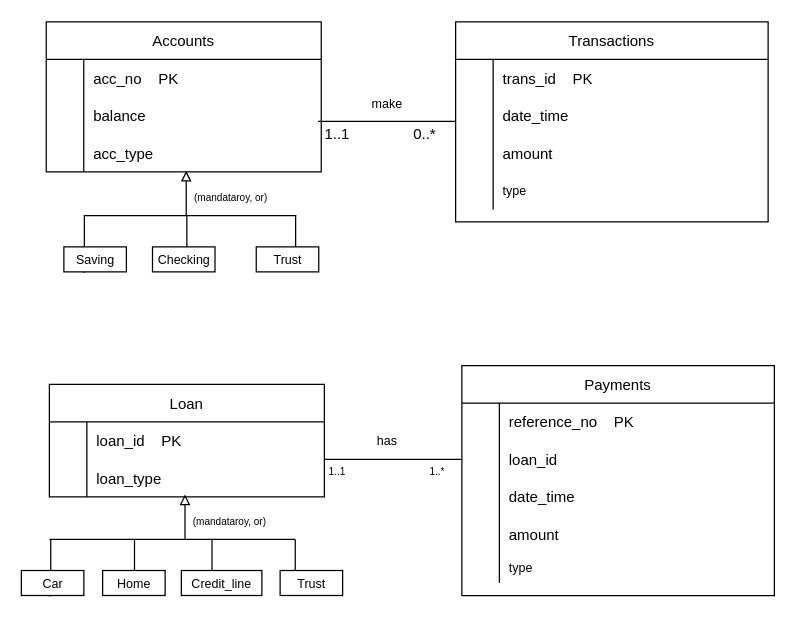
Before: page "Q1-UML" (2 of 9) of DBDESIGN-ASS1.drawio in nurezzajeslin/week3, a draw.io diagram. Source tidied: cells renumbered, new cells numbered last; positions are measured from the earlier drawing's top-left corner, leaving out a move shared by most shapes. Both pictures are drawn from the tidied source at 125%, with x=0, y=0 at pixel (21, 21).
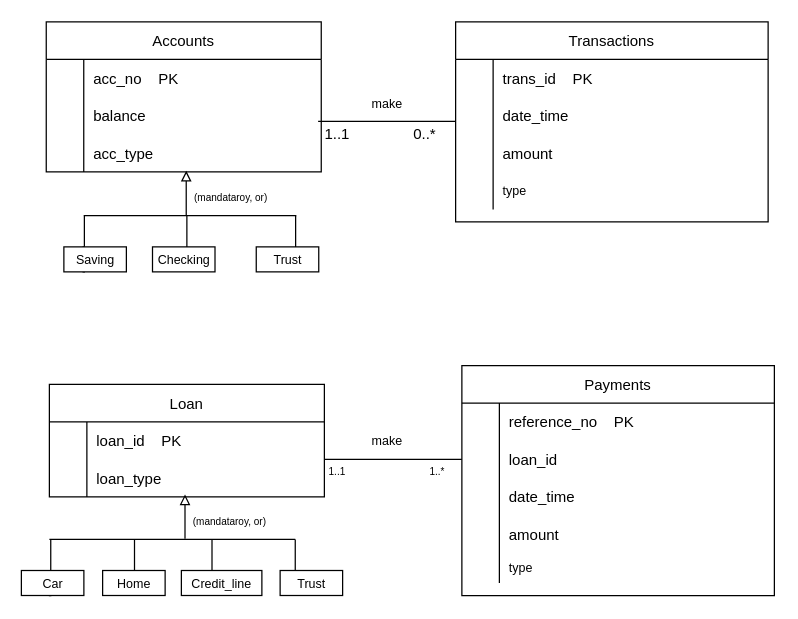
The same page after the edit.

What changed in the source:
```diff
@@
-    <mxCell id="56" value="&lt;font style=&quot;font-size: 10px&quot;&gt;has&lt;/font&gt;" style="text;html=1;align=center;verticalAlign=middle;strokeColor=none;fillColor=none;fontSize=6;fontStyle=0;" parent="1" vertex="1">
-      <mxGeometry x="277" y="330" width="30" height="10" as="geometry" />
+    <mxCell id="56" value="&lt;font style=&quot;font-size: 10px&quot;&gt;make&lt;/font&gt;" style="text;html=1;align=center;verticalAlign=middle;strokeColor=none;fillColor=none;fontSize=6;fontStyle=0;" parent="1" vertex="1">
+      <mxGeometry x="272" y="330" width="40" height="10" as="geometry" />
     </mxCell>
```
